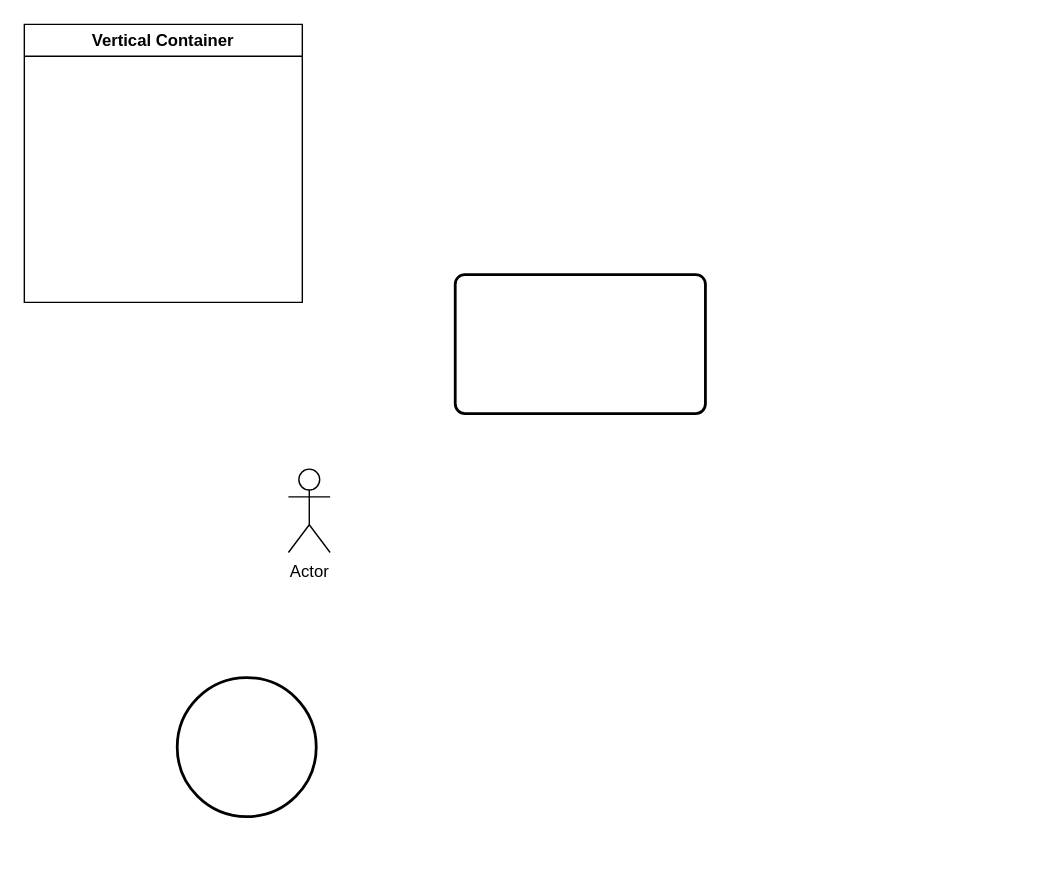
Before: vda-flow/未命名绘图.drawio in crabeye/test, a draw.io diagram. Source tidied: cells renumbered, new cells numbered last; positions are measured from the earlier drawing's top-left corner, leaving out a move shared by most shapes. Both pictures are drawn from the tidied source at 139%, with x=0, y=0 at pixel (24, 24).
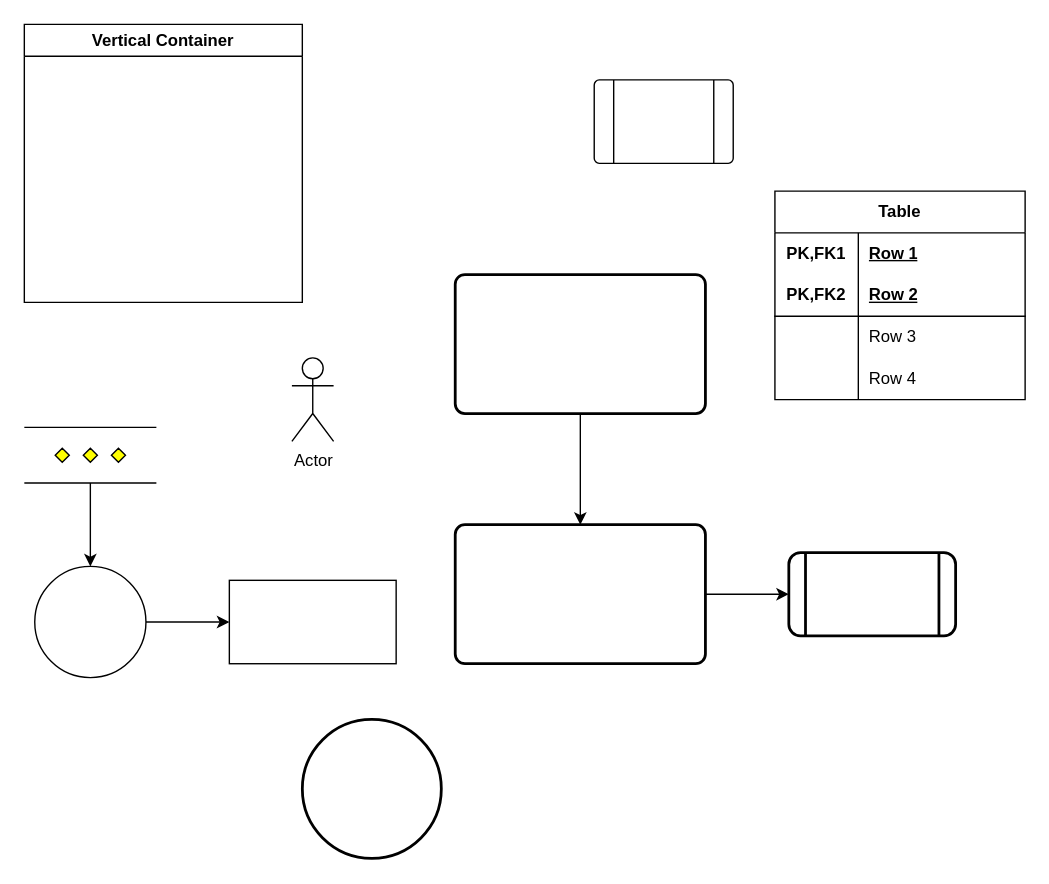
The same page after the edit.

Commit message:
更新未命名绘图.drawio

Unchanged cells that the change refers to:
```xml
<mxCell id="5" style="rounded=1;whiteSpace=wrap;html=1;absoluteArcSize=1;arcSize=14;strokeWidth=2;" parent="1" vertex="1">
  <mxGeometry x="310" y="180" width="180" height="100" as="geometry" />
</mxCell>
```

What changed in the source:
```diff
@@
     <mxCell id="3" value="Actor" style="shape=umlActor;verticalLabelPosition=bottom;verticalAlign=top;html=1;" parent="1" vertex="1">
-      <mxGeometry x="190" y="320" width="30" height="60" as="geometry" />
+      <mxGeometry x="192.5" y="240" width="30" height="60" as="geometry" />
     </mxCell>
     <mxCell id="4" style="strokeWidth=2;html=1;shape=mxgraph.flowchart.start_2;whiteSpace=wrap;" parent="1" vertex="1">
-      <mxGeometry x="110" y="470" width="100" height="100" as="geometry" />
+      <mxGeometry x="200" y="500" width="100" height="100" as="geometry" />
     </mxCell>
+    <mxCell id="6" style="edgeStyle=orthogonalEdgeStyle;rounded=0;jettySize=auto;html=1;" parent="1" edge="1" source="5" target="8">
+      <mxGeometry relative="1" as="geometry" />
+    </mxCell>
@@
+    <mxCell id="7" style="edgeStyle=orthogonalEdgeStyle;rounded=0;jettySize=auto;html=1;" parent="1" edge="1" source="8" target="9">
+      <mxGeometry relative="1" as="geometry" />
+    </mxCell>
+    <mxCell id="8" style="rounded=1;whiteSpace=wrap;html=1;absoluteArcSize=1;arcSize=14;strokeWidth=2;" parent="1" vertex="1">
+      <mxGeometry x="310" y="360" width="180" height="100" as="geometry" />
+    </mxCell>
+    <mxCell id="9" style="shape=process;whiteSpace=wrap;html=1;backgroundOutline=1;rounded=1;arcSize=14;strokeWidth=2;" parent="1" vertex="1">
+      <mxGeometry x="550" y="380" width="120" height="60" as="geometry" />
+    </mxCell>
+    <mxCell id="10" style="verticalLabelPosition=bottom;verticalAlign=top;html=1;shape=process;whiteSpace=wrap;rounded=1;size=0.14;arcSize=6;" parent="1" vertex="1">
+      <mxGeometry x="410" y="40" width="100" height="60" as="geometry" />
+    </mxCell>
+    <mxCell id="11" style="edgeStyle=orthogonalEdgeStyle;rounded=0;jettySize=auto;html=1;" parent="1" edge="1" source="12" target="14">
+      <mxGeometry relative="1" as="geometry" />
+    </mxCell>
+    <mxCell id="12" style="verticalLabelPosition=bottom;verticalAlign=top;html=1;shape=mxgraph.flowchart.parallel_mode;" parent="1" vertex="1">
+      <mxGeometry y="290" width="95" height="40" as="geometry" />
+    </mxCell>
+    <mxCell id="13" style="edgeStyle=orthogonalEdgeStyle;rounded=0;jettySize=auto;html=1;" parent="1" edge="1" source="14" target="15">
+      <mxGeometry relative="1" as="geometry" />
+    </mxCell>
+    <mxCell id="14" style="ellipse;whiteSpace=wrap;html=1;verticalAlign=top;" parent="1" vertex="1">
+      <mxGeometry x="7.5" y="390" width="80" height="80" as="geometry" />
+    </mxCell>
+    <mxCell id="15" style="whiteSpace=wrap;html=1;verticalAlign=top;" parent="1" vertex="1">
+      <mxGeometry x="147.5" y="400" width="120" height="60" as="geometry" />
+    </mxCell>
+    <mxCell id="16" value="Table" style="shape=table;startSize=30;childLayout=tableLayout;rowLines=0;fontStyle=1;align=center;html=1;whiteSpace=wrap;" parent="1" vertex="1">
+      <mxGeometry x="540" y="120" width="180" height="150" as="geometry" />
+    </mxCell>
+    <mxCell id="17" style="shape=tableRow;horizontal=0;startSize=0;swimlaneHead=0;swimlaneBody=0;fillColor=none;top=0;left=0;right=0;bottom=0;html=1;" parent="16" vertex="1">
+      <mxGeometry y="30" width="180" height="30" as="geometry" />
+    </mxCell>
+    <mxCell id="18" value="PK,FK1" style="shape=partialRectangle;fillColor=none;top=0;left=0;bottom=0;right=0;fontStyle=1;overflow=hidden;html=1;whiteSpace=wrap;" parent="17" vertex="1">
+      <mxGeometry width="60" height="30" as="geometry" />
+    </mxCell>
+    <mxCell id="19" value="Row 1" style="shape=partialRectangle;fillColor=none;top=0;left=0;bottom=0;right=0;align=left;spacingLeft=6;fontStyle=5;overflow=hidden;html=1;whiteSpace=wrap;" parent="17" vertex="1">
+      <mxGeometry x="60" width="120" height="30" as="geometry" />
+    </mxCell>
+    <mxCell id="20" style="shape=tableRow;horizontal=0;startSize=0;swimlaneHead=0;swimlaneBody=0;fillColor=none;top=0;left=0;right=0;bottom=1;html=1;" parent="16" vertex="1">
+      <mxGeometry y="60" width="180" height="30" as="geometry" />
+    </mxCell>
+    <mxCell id="21" value="PK,FK2" style="shape=partialRectangle;fillColor=none;top=0;left=0;bottom=0;right=0;fontStyle=1;overflow=hidden;html=1;whiteSpace=wrap;" parent="20" vertex="1">
+      <mxGeometry width="60" height="30" as="geometry" />
+    </mxCell>
+    <mxCell id="22" value="Row 2" style="shape=partialRectangle;fillColor=none;top=0;left=0;bottom=0;right=0;align=left;spacingLeft=6;fontStyle=5;overflow=hidden;html=1;whiteSpace=wrap;" parent="20" vertex="1">
+      <mxGeometry x="60" width="120" height="30" as="geometry" />
+    </mxCell>
+    <mxCell id="23" style="shape=tableRow;horizontal=0;startSize=0;swimlaneHead=0;swimlaneBody=0;fillColor=none;top=0;left=0;right=0;bottom=0;html=1;" parent="16" vertex="1">
+      <mxGeometry y="90" width="180" height="30" as="geometry" />
+    </mxCell>
+    <mxCell id="24" style="shape=partialRectangle;fillColor=none;top=0;left=0;bottom=0;right=0;overflow=hidden;html=1;whiteSpace=wrap;" parent="23" vertex="1">
+      <mxGeometry width="60" height="30" as="geometry" />
+    </mxCell>
+    <mxCell id="25" value="Row 3" style="shape=partialRectangle;fillColor=none;top=0;left=0;bottom=0;right=0;align=left;spacingLeft=6;overflow=hidden;html=1;whiteSpace=wrap;" parent="23" vertex="1">
+      <mxGeometry x="60" width="120" height="30" as="geometry" />
+    </mxCell>
+    <mxCell id="26" style="shape=tableRow;horizontal=0;startSize=0;swimlaneHead=0;swimlaneBody=0;fillColor=none;top=0;left=0;right=0;bottom=0;html=1;" parent="16" vertex="1">
+      <mxGeometry y="120" width="180" height="30" as="geometry" />
+    </mxCell>
+    <mxCell id="27" style="shape=partialRectangle;fillColor=none;top=0;left=0;bottom=0;right=0;overflow=hidden;html=1;whiteSpace=wrap;" parent="26" vertex="1">
+      <mxGeometry width="60" height="30" as="geometry" />
+    </mxCell>
+    <mxCell id="28" value="Row 4" style="shape=partialRectangle;fillColor=none;top=0;left=0;bottom=0;right=0;align=left;spacingLeft=6;overflow=hidden;html=1;whiteSpace=wrap;" parent="26" vertex="1">
+      <mxGeometry x="60" width="120" height="30" as="geometry" />
+    </mxCell>
```
